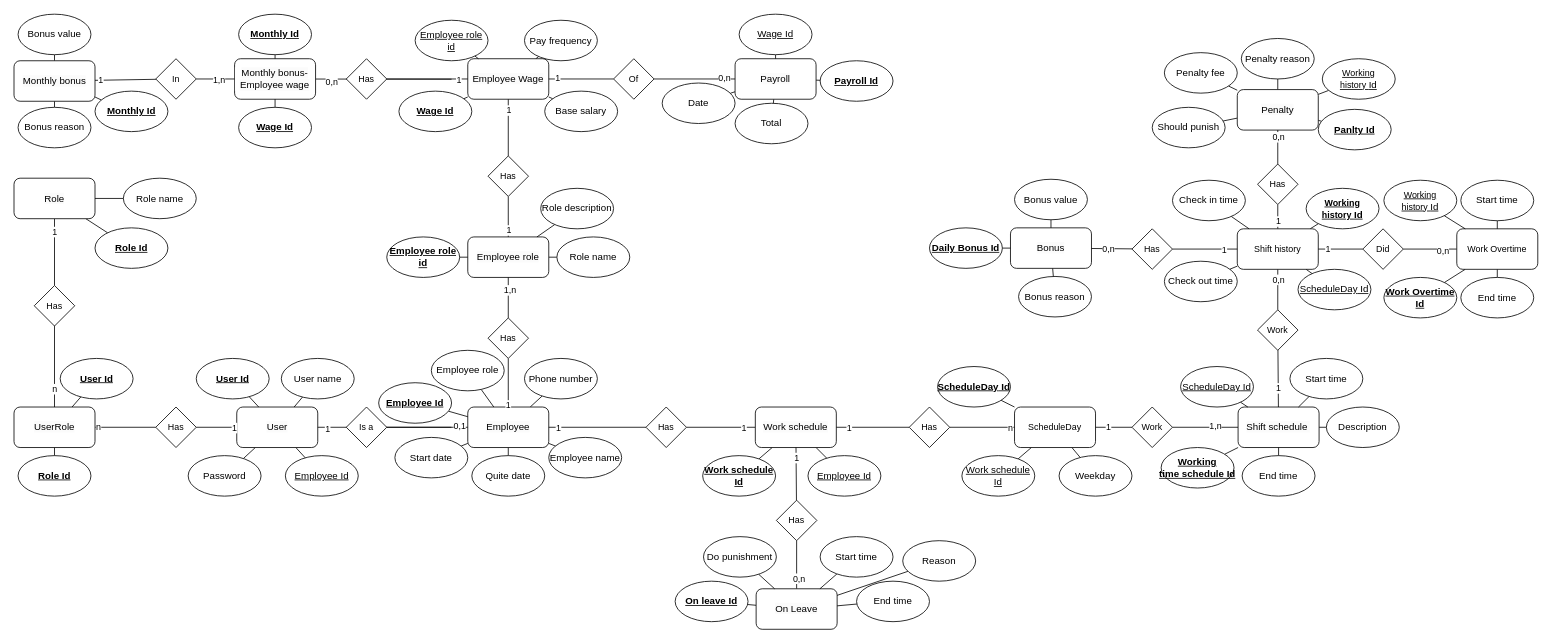
HoangDepTraiBoDoiThe/EmployeeManagement keeps this draw.io diagram as Doc/ER.drawio. Above is the earlier version. Source tidied: cells renumbered, new cells numbered last; positions are measured from the earlier drawing's top-left corner, leaving out a move shared by most shapes. Both pictures are drawn from the tidied source at 81%, with x=0, y=0 at pixel (14, 14).
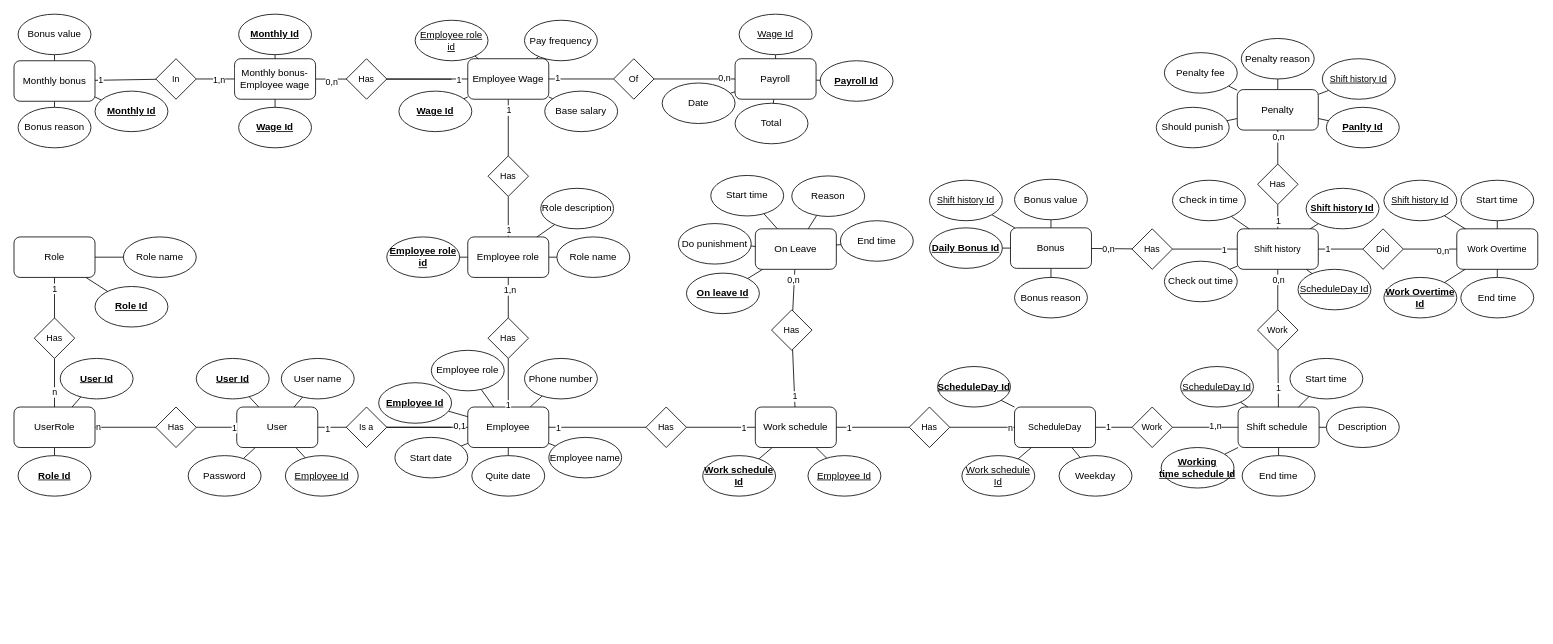
The same diagram, later.

Commit message (it also covers changes not shown here):
Add shift bones, penalty, overtime

Unchanged cells that the change refers to:
```xml
<mxCell id="142" value="&lt;span style=&quot;font-size: 12px; background-color: rgb(251, 251, 251);&quot;&gt;Bonus&lt;/span&gt;" style="rounded=1;whiteSpace=wrap;html=1;fontFamily=Helvetica;fontSize=11;fontColor=default;labelBackgroundColor=default;" parent="1" vertex="1">
  <mxGeometry x="1230" y="263.8" width="100" height="50" as="geometry" />
</mxCell>
```

The edit, as a diff of the source:
```diff
@@
     <mxCell id="5" value="Role name" style="ellipse;whiteSpace=wrap;html=1;" parent="1" vertex="1">
-      <mxGeometry x="134.8" y="202.5" width="90" height="50" as="geometry" />
+      <mxGeometry x="134.8" y="275" width="90" height="50" as="geometry" />
     </mxCell>
@@
     <mxCell id="8" value="&lt;span style=&quot;font-size: 12px; background-color: rgb(251, 251, 251);&quot;&gt;Role&lt;/span&gt;" style="rounded=1;whiteSpace=wrap;html=1;fontFamily=Helvetica;fontSize=11;fontColor=default;labelBackgroundColor=default;" parent="1" vertex="1">
-      <mxGeometry x="-0.2" y="202.5" width="100" height="50" as="geometry" />
+      <mxGeometry x="-0.2" y="275" width="100" height="50" as="geometry" />
     </mxCell>
@@
     <mxCell id="31" value="Role Id" style="ellipse;whiteSpace=wrap;html=1;fontStyle=5;" parent="1" vertex="1">
-      <mxGeometry x="99.8" y="263.8" width="90" height="50" as="geometry" />
+      <mxGeometry x="99.8" y="336.2" width="90" height="50" as="geometry" />
     </mxCell>
@@
     <mxCell id="62" value="Panlty Id" style="ellipse;whiteSpace=wrap;html=1;fontStyle=5;" parent="1" vertex="1">
-      <mxGeometry x="1610" y="117.5" width="90" height="50" as="geometry" />
+      <mxGeometry x="1620" y="115" width="90" height="50" as="geometry" />
     </mxCell>
@@
     <mxCell id="75" value="Has" style="rhombus;whiteSpace=wrap;html=1;fontFamily=Helvetica;fontSize=11;fontColor=default;labelBackgroundColor=default;" parent="1" vertex="1">
-      <mxGeometry x="24.8" y="335" width="50" height="50" as="geometry" />
+      <mxGeometry x="24.8" y="375" width="50" height="50" as="geometry" />
     </mxCell>
@@
-    <mxCell id="123" value="&lt;span style=&quot;font-size: 11px; background-color: rgb(255, 255, 255);&quot;&gt;Working history&amp;nbsp;&lt;/span&gt;&lt;span style=&quot;&quot;&gt;Id&lt;/span&gt;" style="ellipse;whiteSpace=wrap;html=1;fontStyle=5;" parent="1" vertex="1">
+    <mxCell id="123" value="&lt;span style=&quot;font-size: 11px; background-color: rgb(255, 255, 255);&quot;&gt;Shift history&amp;nbsp;&lt;/span&gt;&lt;span style=&quot;&quot;&gt;Id&lt;/span&gt;" style="ellipse;whiteSpace=wrap;html=1;fontStyle=5;" parent="1" vertex="1">
       <mxGeometry x="1595" y="215" width="90" height="50" as="geometry" />
     </mxCell>
@@
     <mxCell id="138" value="Should punish" style="ellipse;whiteSpace=wrap;html=1;fontStyle=0;" parent="1" vertex="1">
-      <mxGeometry x="1405" y="115" width="90" height="50" as="geometry" />
+      <mxGeometry x="1410" y="115" width="90" height="50" as="geometry" />
     </mxCell>
@@
-    <mxCell id="148" value="&lt;span style=&quot;font-size: 11px; background-color: rgb(255, 255, 255);&quot;&gt;Working history&amp;nbsp;&lt;/span&gt;&lt;span style=&quot;&quot;&gt;Id&lt;/span&gt;" style="ellipse;whiteSpace=wrap;html=1;fontStyle=4;" parent="1" vertex="1">
+    <mxCell id="148" value="&lt;span style=&quot;font-size: 11px; background-color: rgb(255, 255, 255);&quot;&gt;Shift history&amp;nbsp;&lt;/span&gt;&lt;span style=&quot;&quot;&gt;Id&lt;/span&gt;" style="ellipse;whiteSpace=wrap;html=1;fontStyle=4;" parent="1" vertex="1">
       <mxGeometry x="1615" y="55" width="90" height="50" as="geometry" />
     </mxCell>
@@
     <mxCell id="157" value="Bonus reason" style="ellipse;whiteSpace=wrap;html=1;fontStyle=0;" parent="1" vertex="1">
-      <mxGeometry x="1240" y="323.8" width="90" height="50" as="geometry" />
+      <mxGeometry x="1235" y="325" width="90" height="50" as="geometry" />
     </mxCell>
@@
     <mxCell id="167" value="&lt;span style=&quot;font-size: 12px; background-color: rgb(251, 251, 251);&quot;&gt;On Leave&lt;/span&gt;" style="rounded=1;whiteSpace=wrap;html=1;fontFamily=Helvetica;fontSize=11;fontColor=default;labelBackgroundColor=default;" parent="1" vertex="1">
-      <mxGeometry x="916" y="709.4" width="100" height="50" as="geometry" />
+      <mxGeometry x="915" y="265" width="100" height="50" as="geometry" />
     </mxCell>
     <mxCell id="168" value="On leave Id" style="ellipse;whiteSpace=wrap;html=1;fontStyle=5;" parent="1" vertex="1">
-      <mxGeometry x="816" y="700" width="90" height="50" as="geometry" />
+      <mxGeometry x="830" y="319.7" width="90" height="50" as="geometry" />
     </mxCell>
@@
     <mxCell id="170" value="Start time" style="ellipse;whiteSpace=wrap;html=1;fontStyle=0;" parent="1" vertex="1">
-      <mxGeometry x="995" y="645" width="90" height="50" as="geometry" />
+      <mxGeometry x="860" y="199.1" width="90" height="50" as="geometry" />
     </mxCell>
@@
     <mxCell id="172" value="Do punishment" style="ellipse;whiteSpace=wrap;html=1;fontStyle=0;" parent="1" vertex="1">
-      <mxGeometry x="851" y="645" width="90" height="50" as="geometry" />
+      <mxGeometry x="820" y="258.5" width="90" height="50" as="geometry" />
     </mxCell>
@@
     <mxCell id="174" value="End time" style="ellipse;whiteSpace=wrap;html=1;fontStyle=0;" parent="1" vertex="1">
-      <mxGeometry x="1040" y="700" width="90" height="50" as="geometry" />
+      <mxGeometry x="1020" y="255" width="90" height="50" as="geometry" />
     </mxCell>
@@
     <mxCell id="177" value="Has" style="rhombus;whiteSpace=wrap;html=1;fontFamily=Helvetica;fontSize=11;fontColor=default;labelBackgroundColor=default;" parent="1" vertex="1">
-      <mxGeometry x="941" y="600" width="50" height="50" as="geometry" />
+      <mxGeometry x="935" y="365" width="50" height="50" as="geometry" />
     </mxCell>
@@
-    <mxCell id="186" value="&lt;span style=&quot;font-size: 11px; background-color: rgb(255, 255, 255);&quot;&gt;Working history&amp;nbsp;&lt;/span&gt;&lt;span style=&quot;&quot;&gt;Id&lt;/span&gt;" style="ellipse;whiteSpace=wrap;html=1;fontStyle=4;" parent="1" vertex="1">
+    <mxCell id="186" value="&lt;span style=&quot;font-size: 11px; background-color: rgb(255, 255, 255);&quot;&gt;Shift history&amp;nbsp;&lt;/span&gt;&lt;span style=&quot;&quot;&gt;Id&lt;/span&gt;" style="ellipse;whiteSpace=wrap;html=1;fontStyle=4;" parent="1" vertex="1">
       <mxGeometry x="1691" y="205" width="90" height="50" as="geometry" />
     </mxCell>
@@
     <mxCell id="219" value="Reason" style="ellipse;whiteSpace=wrap;html=1;fontStyle=0;" parent="1" vertex="1">
-      <mxGeometry x="1097" y="650" width="90" height="50" as="geometry" />
+      <mxGeometry x="960" y="199.7" width="90" height="50" as="geometry" />
     </mxCell>
@@
+    <mxCell id="221" style="edgeStyle=none;shape=connector;rounded=0;jettySize=auto;html=1;strokeColor=default;align=center;verticalAlign=middle;fontFamily=Helvetica;fontSize=11;fontColor=default;labelBackgroundColor=default;endArrow=none;endFill=0;" parent="1" edge="1" source="222" target="142">
+      <mxGeometry relative="1" as="geometry" />
+    </mxCell>
+    <mxCell id="222" value="&lt;span style=&quot;font-size: 11px; background-color: rgb(255, 255, 255);&quot;&gt;Shift history&amp;nbsp;&lt;/span&gt;Id" style="ellipse;whiteSpace=wrap;html=1;fontStyle=4;" parent="1" vertex="1">
+      <mxGeometry x="1130" y="205" width="90" height="50" as="geometry" />
+    </mxCell>
```
